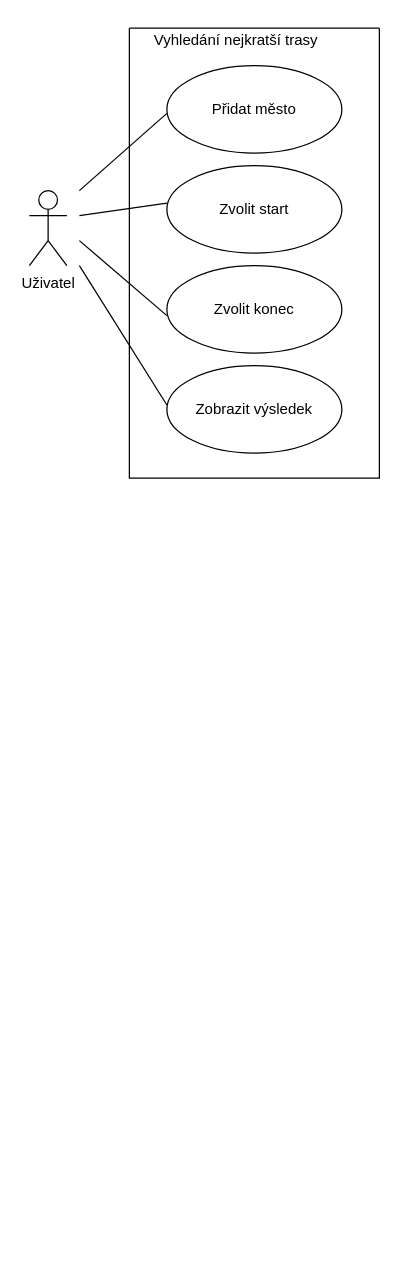
Earlier version of the draw.io diagram UseCase.drawio (KristyFromEarth/UML). Source tidied: cells renumbered, new cells numbered last; positions are measured from the earlier drawing's top-left corner, leaving out a move shared by most shapes. Both pictures are drawn from the tidied source at 125%, with x=0, y=0 at pixel (29, 21).
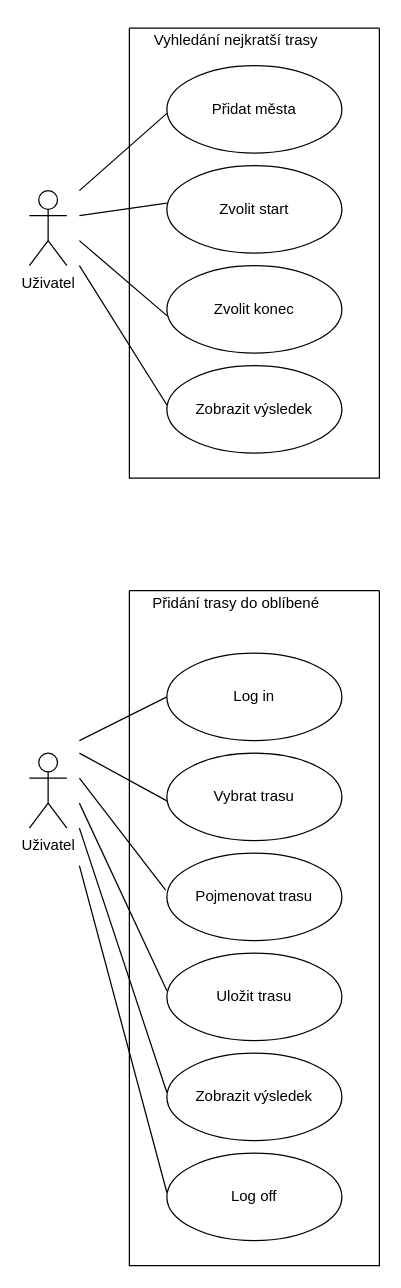
The same diagram, later.

Commit message:
Use case pridani trasy do oblibene UseCase.drawio

The change refers to these unchanged cells:
```xml
<mxCell id="2" style="swimlane;startSize=0;" parent="1" vertex="1">
  <mxGeometry x="80" y="5" width="200" height="360" as="geometry" />
</mxCell>
```

Diff of the diagram source:
```diff
@@
-    <mxCell id="3" value="Přidat město" style="ellipse;whiteSpace=wrap;html=1;" parent="2" vertex="1">
+    <mxCell id="3" value="Přidat města" style="ellipse;whiteSpace=wrap;html=1;" parent="2" vertex="1">
       <mxGeometry x="30" y="30" width="140" height="70" as="geometry" />
     </mxCell>
@@
+    <mxCell id="13" style="swimlane;startSize=0;" parent="1" vertex="1">
+      <mxGeometry x="80" y="455" width="200" height="540" as="geometry" />
+    </mxCell>
+    <mxCell id="14" value="Vybrat trasu" style="ellipse;whiteSpace=wrap;html=1;" parent="13" vertex="1">
+      <mxGeometry x="30" y="130" width="140" height="70" as="geometry" />
+    </mxCell>
+    <mxCell id="15" value="Pojmenovat trasu" style="ellipse;whiteSpace=wrap;html=1;" parent="13" vertex="1">
+      <mxGeometry x="30" y="210" width="140" height="70" as="geometry" />
+    </mxCell>
+    <mxCell id="16" value="Uložit trasu" style="ellipse;whiteSpace=wrap;html=1;" parent="13" vertex="1">
+      <mxGeometry x="30" y="290" width="140" height="70" as="geometry" />
+    </mxCell>
+    <mxCell id="17" value="Zobrazit výsledek" style="ellipse;whiteSpace=wrap;html=1;" parent="13" vertex="1">
+      <mxGeometry x="30" y="370" width="140" height="70" as="geometry" />
+    </mxCell>
+    <mxCell id="18" value="Přidání trasy do oblíbené" style="text;html=1;align=center;verticalAlign=middle;strokeColor=none;fillColor=none;" parent="13" vertex="1">
+      <mxGeometry x="5" y="-5" width="160" height="30" as="geometry" />
+    </mxCell>
+    <mxCell id="19" style="endArrow=none;html=1;rounded=0;entryX=-0.007;entryY=0.423;entryDx=0;entryDy=0;entryPerimeter=0;" parent="13" edge="1" target="15">
+      <mxGeometry relative="1" as="geometry">
+        <mxPoint x="-40" y="150" as="sourcePoint" />
+      </mxGeometry>
+    </mxCell>
+    <mxCell id="20" style="endArrow=none;html=1;rounded=0;entryX=0;entryY=0.429;entryDx=0;entryDy=0;entryPerimeter=0;" parent="13" edge="1" target="16">
+      <mxGeometry relative="1" as="geometry">
+        <mxPoint x="-40" y="170" as="sourcePoint" />
+      </mxGeometry>
+    </mxCell>
+    <mxCell id="21" value="Log in" style="ellipse;whiteSpace=wrap;html=1;" parent="13" vertex="1">
+      <mxGeometry x="30" y="50" width="140" height="70" as="geometry" />
+    </mxCell>
+    <mxCell id="22" style="endArrow=none;html=1;rounded=0;entryX=0;entryY=0.5;entryDx=0;entryDy=0;" parent="13" edge="1" target="21">
+      <mxGeometry relative="1" as="geometry">
+        <mxPoint x="-40" y="120" as="sourcePoint" />
+      </mxGeometry>
+    </mxCell>
+    <mxCell id="23" value="Log off" style="ellipse;whiteSpace=wrap;html=1;" parent="13" vertex="1">
+      <mxGeometry x="30" y="450" width="140" height="70" as="geometry" />
+    </mxCell>
+    <mxCell id="24" value="Uživatel" style="shape=umlActor;verticalLabelPosition=bottom;verticalAlign=top;html=1;" parent="1" vertex="1">
+      <mxGeometry y="585" width="30" height="60" as="geometry" />
+    </mxCell>
+    <mxCell id="25" style="endArrow=none;html=1;rounded=0;entryX=0;entryY=0.546;entryDx=0;entryDy=0;entryPerimeter=0;" parent="1" edge="1" target="14">
+      <mxGeometry relative="1" as="geometry">
+        <mxPoint x="40" y="585" as="sourcePoint" />
+      </mxGeometry>
+    </mxCell>
+    <mxCell id="26" style="endArrow=none;html=1;rounded=0;entryX=0;entryY=0.45;entryDx=0;entryDy=0;entryPerimeter=0;" parent="1" edge="1" target="17">
+      <mxGeometry relative="1" as="geometry">
+        <mxPoint x="40" y="645" as="sourcePoint" />
+      </mxGeometry>
+    </mxCell>
+    <mxCell id="27" style="endArrow=none;html=1;rounded=0;entryX=0;entryY=0.45;entryDx=0;entryDy=0;entryPerimeter=0;" parent="1" edge="1">
+      <mxGeometry relative="1" as="geometry">
+        <mxPoint x="40" y="675" as="sourcePoint" />
+        <mxPoint x="110" y="936.5" as="targetPoint" />
+      </mxGeometry>
+    </mxCell>
```
